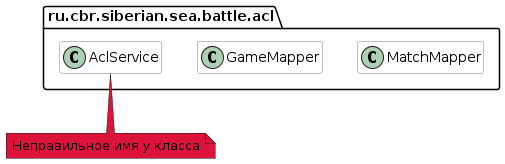
Earlier version of the PlantUML export plantuml/generated-diagrams/shouldFollowNamingConventionTest.png (onixred/SiberianSeaBattle).
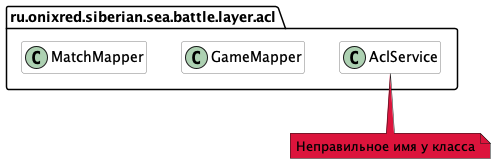
After the commit.

The edit, as a diff of the source:
```diff
@@ -13,7 +13,7 @@
 BackgroundColor #white
 }
 
-package ru.cbr.siberian.sea.battle.acl {
+package ru.onixred.siberian.sea.battle.layer.acl {
 class MatchMapper
 class GameMapper
 class AclService
```
